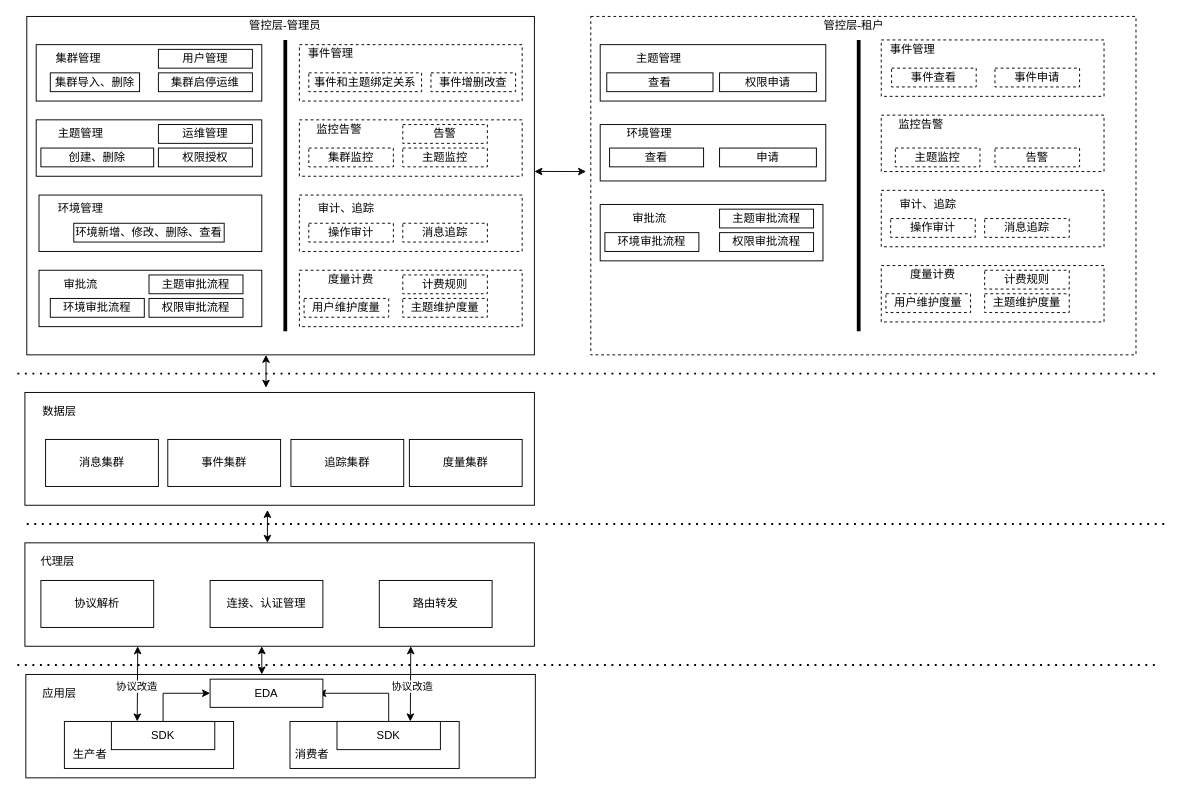
The draw.io diagram page "第 3 页" (3 of 3) of edaSdk.drawio in zzl-code/drawImg, before the edit. Source tidied: cells renumbered, new cells numbered last; positions are measured from the earlier drawing's top-left corner, leaving out a move shared by most shapes. Both pictures are drawn from the tidied source at 94%, with x=0, y=0 at pixel (17, 16).
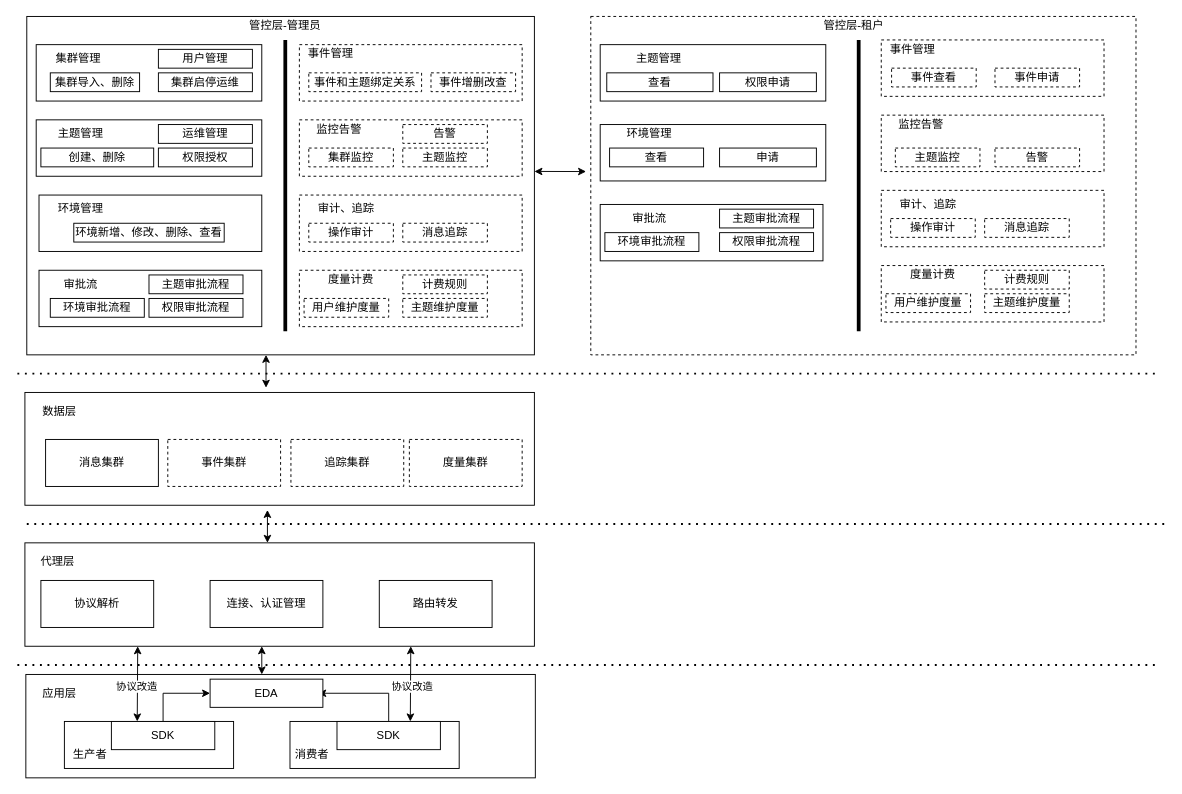
The same page after the edit.

Diff of the diagram source:
```diff
@@
-    <mxCell id="78" value="事件集群" style="rounded=0;whiteSpace=wrap;html=1;" parent="1" vertex="1">
+    <mxCell id="78" value="事件集群" style="rounded=0;whiteSpace=wrap;html=1;dashed=1;" parent="1" vertex="1">
       <mxGeometry x="160" y="450" width="120" height="50" as="geometry" />
     </mxCell>
-    <mxCell id="79" value="追踪集群" style="rounded=0;whiteSpace=wrap;html=1;" parent="1" vertex="1">
+    <mxCell id="79" value="追踪集群" style="rounded=0;whiteSpace=wrap;html=1;dashed=1;" parent="1" vertex="1">
       <mxGeometry x="291" y="450" width="120" height="50" as="geometry" />
     </mxCell>
-    <mxCell id="80" value="度量集群" style="rounded=0;whiteSpace=wrap;html=1;" parent="1" vertex="1">
+    <mxCell id="80" value="度量集群" style="rounded=0;whiteSpace=wrap;html=1;dashed=1;" parent="1" vertex="1">
       <mxGeometry x="417" y="450" width="120" height="50" as="geometry" />
     </mxCell>
```
